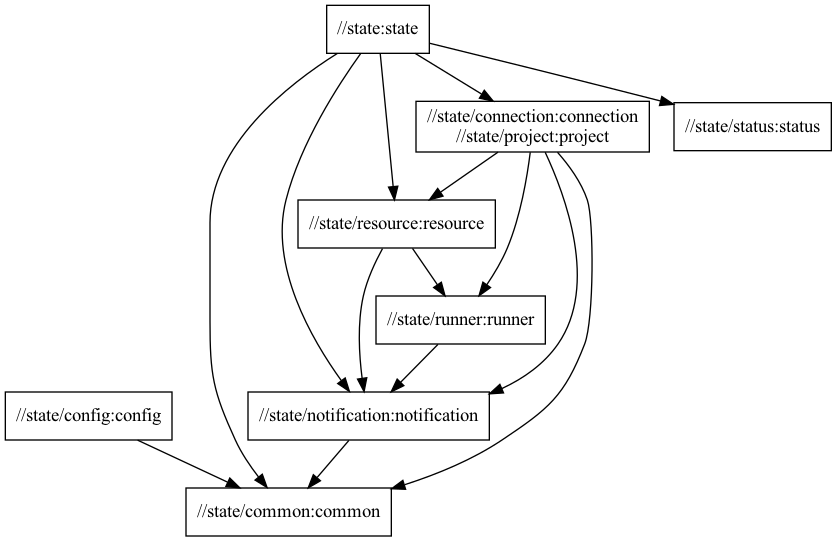
Earlier version of the Graphviz export docs/state-package-structure.png (typedb/typedb-studio). Its source is kept beside it as docs/state-package-structure.dot.
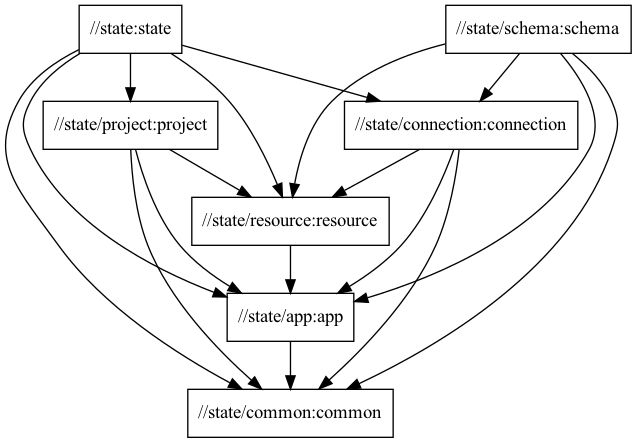
Later version of the same file.

The edit, as a diff of the source:
```diff
@@ -1,25 +1,27 @@
 digraph mygraph {
   node [shape=box];
-  "//state/config:config"
-  "//state/config:config" -> "//state/common:common"
   "//state:state"
+  "//state:state" -> "//state/app:app"
   "//state:state" -> "//state/common:common"
-  "//state:state" -> "//state/connection:connection\n//state/project:project"
-  "//state:state" -> "//state/notification:notification"
+  "//state:state" -> "//state/connection:connection"
+  "//state:state" -> "//state/project:project"
   "//state:state" -> "//state/resource:resource"
-  "//state:state" -> "//state/status:status"
-  "//state/status:status"
-  "//state/connection:connection\n//state/project:project"
-  "//state/connection:connection\n//state/project:project" -> "//state/common:common"
-  "//state/connection:connection\n//state/project:project" -> "//state/notification:notification"
-  "//state/connection:connection\n//state/project:project" -> "//state/resource:resource"
-  "//state/connection:connection\n//state/project:project" -> "//state/runner:runner"
+  "//state/project:project"
+  "//state/project:project" -> "//state/app:app"
+  "//state/project:project" -> "//state/common:common"
+  "//state/project:project" -> "//state/resource:resource"
+  "//state/schema:schema"
+  "//state/schema:schema" -> "//state/app:app"
+  "//state/schema:schema" -> "//state/common:common"
+  "//state/schema:schema" -> "//state/connection:connection"
+  "//state/schema:schema" -> "//state/resource:resource"
+  "//state/connection:connection"
+  "//state/connection:connection" -> "//state/app:app"
+  "//state/connection:connection" -> "//state/common:common"
+  "//state/connection:connection" -> "//state/resource:resource"
   "//state/resource:resource"
-  "//state/resource:resource" -> "//state/notification:notification"
-  "//state/resource:resource" -> "//state/runner:runner"
-  "//state/runner:runner"
-  "//state/runner:runner" -> "//state/notification:notification"
-  "//state/notification:notification"
-  "//state/notification:notification" -> "//state/common:common"
+  "//state/resource:resource" -> "//state/app:app"
+  "//state/app:app"
+  "//state/app:app" -> "//state/common:common"
   "//state/common:common"
 }
```
